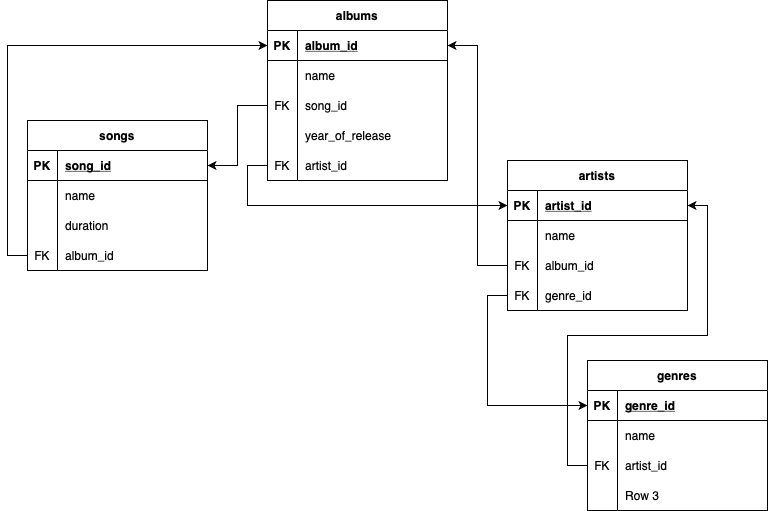
Above: db_hw_1.drawio.png in stgolovin/db_hw_01 (draw.io), before the change. Source tidied: cells renumbered, new cells last; positions are measured from the earlier drawing's top-left corner, leaving out a move shared by most shapes.
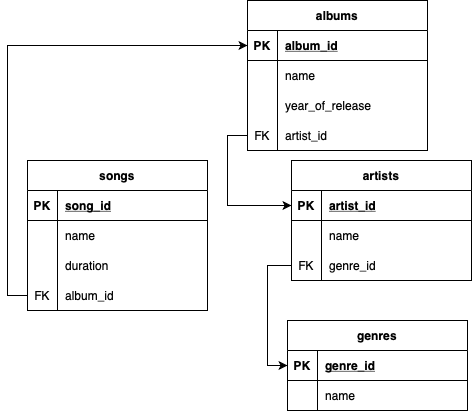
After the commit.

The edit, as a diff of the source:
```diff
@@ -3,7 +3,7 @@
     <mxCell id="0" />
     <mxCell id="1" parent="0" />
     <mxCell id="2" value="artists" style="shape=table;startSize=30;rowLines=0;fontStyle=1;align=center;" parent="1" vertex="1">
-      <mxGeometry x="480" y="160" width="180" height="150" as="geometry" />
+      <mxGeometry x="264" y="200" width="180" height="120" as="geometry" />
     </mxCell>
     <mxCell id="3" style="shape=tableRow;horizontal=0;startSize=0;swimlaneHead=0;swimlaneBody=0;fillColor=none;points=[[0,0.5],[1,0.5]];portConstraint=eastwest;top=0;left=0;right=0;bottom=1;" parent="2" vertex="1">
       <mxGeometry y="30" width="180" height="30" as="geometry" />
@@ -29,20 +29,11 @@
     <mxCell id="10" value="FK" style="shape=partialRectangle;fillColor=none;top=0;left=0;bottom=0;right=0;overflow=hidden;" parent="9" vertex="1">
       <mxGeometry width="30" height="30" as="geometry" />
     </mxCell>
-    <mxCell id="11" value="album_id" style="shape=partialRectangle;fillColor=none;top=0;left=0;bottom=0;right=0;align=left;spacingLeft=6;overflow=hidden;" parent="9" vertex="1">
+    <mxCell id="11" value="genre_id" style="shape=partialRectangle;fillColor=none;top=0;left=0;bottom=0;right=0;align=left;spacingLeft=6;overflow=hidden;" parent="9" vertex="1">
       <mxGeometry x="30" width="150" height="30" as="geometry" />
     </mxCell>
-    <mxCell id="12" style="shape=tableRow;horizontal=0;startSize=0;swimlaneHead=0;swimlaneBody=0;fillColor=none;points=[[0,0.5],[1,0.5]];portConstraint=eastwest;top=0;left=0;right=0;bottom=0;" parent="2" vertex="1">
-      <mxGeometry y="120" width="180" height="30" as="geometry" />
-    </mxCell>
-    <mxCell id="13" value="FK" style="shape=partialRectangle;fillColor=none;top=0;left=0;bottom=0;right=0;overflow=hidden;" parent="12" vertex="1">
-      <mxGeometry width="30" height="30" as="geometry" />
-    </mxCell>
-    <mxCell id="14" value="genre_id" style="shape=partialRectangle;fillColor=none;top=0;left=0;bottom=0;right=0;align=left;spacingLeft=6;overflow=hidden;" parent="12" vertex="1">
-      <mxGeometry x="30" width="150" height="30" as="geometry" />
-    </mxCell>
     <mxCell id="15" value="albums" style="shape=table;startSize=30;rowLines=0;fontStyle=1;align=center;" parent="1" vertex="1">
-      <mxGeometry x="240" width="180" height="180" as="geometry" />
+      <mxGeometry x="220" y="40" width="180" height="150" as="geometry" />
     </mxCell>
     <mxCell id="16" style="shape=tableRow;horizontal=0;startSize=0;swimlaneHead=0;swimlaneBody=0;fillColor=none;points=[[0,0.5],[1,0.5]];portConstraint=eastwest;top=0;left=0;right=0;bottom=1;" parent="15" vertex="1">
       <mxGeometry y="30" width="180" height="30" as="geometry" />
@@ -65,32 +56,23 @@
     <mxCell id="22" style="shape=tableRow;horizontal=0;startSize=0;swimlaneHead=0;swimlaneBody=0;fillColor=none;points=[[0,0.5],[1,0.5]];portConstraint=eastwest;top=0;left=0;right=0;bottom=0;" parent="15" vertex="1">
       <mxGeometry y="90" width="180" height="30" as="geometry" />
     </mxCell>
-    <mxCell id="23" value="FK" style="shape=partialRectangle;fillColor=none;top=0;left=0;bottom=0;right=0;overflow=hidden;" parent="22" vertex="1">
+    <mxCell id="23" style="shape=partialRectangle;fillColor=none;top=0;left=0;bottom=0;right=0;overflow=hidden;" parent="22" vertex="1">
       <mxGeometry width="30" height="30" as="geometry" />
     </mxCell>
-    <mxCell id="24" value="song_id" style="shape=partialRectangle;fillColor=none;top=0;left=0;bottom=0;right=0;align=left;spacingLeft=6;overflow=hidden;" parent="22" vertex="1">
+    <mxCell id="24" value="year_of_release" style="shape=partialRectangle;fillColor=none;top=0;left=0;bottom=0;right=0;align=left;spacingLeft=6;overflow=hidden;" parent="22" vertex="1">
       <mxGeometry x="30" width="150" height="30" as="geometry" />
     </mxCell>
     <mxCell id="25" style="shape=tableRow;horizontal=0;startSize=0;swimlaneHead=0;swimlaneBody=0;fillColor=none;points=[[0,0.5],[1,0.5]];portConstraint=eastwest;top=0;left=0;right=0;bottom=0;" parent="15" vertex="1">
       <mxGeometry y="120" width="180" height="30" as="geometry" />
     </mxCell>
-    <mxCell id="26" style="shape=partialRectangle;fillColor=none;top=0;left=0;bottom=0;right=0;overflow=hidden;" parent="25" vertex="1">
+    <mxCell id="26" value="FK" style="shape=partialRectangle;fillColor=none;top=0;left=0;bottom=0;right=0;overflow=hidden;" parent="25" vertex="1">
       <mxGeometry width="30" height="30" as="geometry" />
     </mxCell>
-    <mxCell id="27" value="year_of_release" style="shape=partialRectangle;fillColor=none;top=0;left=0;bottom=0;right=0;align=left;spacingLeft=6;overflow=hidden;" parent="25" vertex="1">
+    <mxCell id="27" value="artist_id" style="shape=partialRectangle;fillColor=none;top=0;left=0;bottom=0;right=0;align=left;spacingLeft=6;overflow=hidden;" parent="25" vertex="1">
       <mxGeometry x="30" width="150" height="30" as="geometry" />
     </mxCell>
-    <mxCell id="28" style="shape=tableRow;horizontal=0;startSize=0;swimlaneHead=0;swimlaneBody=0;fillColor=none;points=[[0,0.5],[1,0.5]];portConstraint=eastwest;top=0;left=0;right=0;bottom=0;" parent="15" vertex="1">
-      <mxGeometry y="150" width="180" height="30" as="geometry" />
-    </mxCell>
-    <mxCell id="29" value="FK" style="shape=partialRectangle;fillColor=none;top=0;left=0;bottom=0;right=0;overflow=hidden;" parent="28" vertex="1">
-      <mxGeometry width="30" height="30" as="geometry" />
-    </mxCell>
-    <mxCell id="30" value="artist_id" style="shape=partialRectangle;fillColor=none;top=0;left=0;bottom=0;right=0;align=left;spacingLeft=6;overflow=hidden;" parent="28" vertex="1">
-      <mxGeometry x="30" width="150" height="30" as="geometry" />
-    </mxCell>
     <mxCell id="31" value="genres" style="shape=table;startSize=30;rowLines=0;fontStyle=1;align=center;" parent="1" vertex="1">
-      <mxGeometry x="560" y="360" width="180" height="150" as="geometry" />
+      <mxGeometry x="260" y="360" width="180" height="90" as="geometry" />
     </mxCell>
     <mxCell id="32" style="shape=tableRow;horizontal=0;startSize=0;swimlaneHead=0;swimlaneBody=0;fillColor=none;points=[[0,0.5],[1,0.5]];portConstraint=eastwest;top=0;left=0;right=0;bottom=1;" parent="31" vertex="1">
       <mxGeometry y="30" width="180" height="30" as="geometry" />
@@ -110,26 +92,8 @@
     <mxCell id="37" value="name" style="shape=partialRectangle;fillColor=none;top=0;left=0;bottom=0;right=0;align=left;spacingLeft=6;overflow=hidden;" parent="35" vertex="1">
       <mxGeometry x="30" width="150" height="30" as="geometry" />
     </mxCell>
-    <mxCell id="38" style="shape=tableRow;horizontal=0;startSize=0;swimlaneHead=0;swimlaneBody=0;fillColor=none;points=[[0,0.5],[1,0.5]];portConstraint=eastwest;top=0;left=0;right=0;bottom=0;" parent="31" vertex="1">
-      <mxGeometry y="90" width="180" height="30" as="geometry" />
-    </mxCell>
-    <mxCell id="39" value="FK" style="shape=partialRectangle;fillColor=none;top=0;left=0;bottom=0;right=0;overflow=hidden;" parent="38" vertex="1">
-      <mxGeometry width="30" height="30" as="geometry" />
-    </mxCell>
-    <mxCell id="40" value="artist_id" style="shape=partialRectangle;fillColor=none;top=0;left=0;bottom=0;right=0;align=left;spacingLeft=6;overflow=hidden;" parent="38" vertex="1">
-      <mxGeometry x="30" width="150" height="30" as="geometry" />
-    </mxCell>
-    <mxCell id="41" style="shape=tableRow;horizontal=0;startSize=0;swimlaneHead=0;swimlaneBody=0;fillColor=none;top=0;left=0;right=0;bottom=0;" parent="31" vertex="1">
-      <mxGeometry y="120" width="180" height="30" as="geometry" />
-    </mxCell>
-    <mxCell id="42" style="shape=partialRectangle;fillColor=none;top=0;left=0;bottom=0;right=0;overflow=hidden;" parent="41" vertex="1">
-      <mxGeometry width="30" height="30" as="geometry" />
-    </mxCell>
-    <mxCell id="43" value="Row 3" style="shape=partialRectangle;fillColor=none;top=0;left=0;bottom=0;right=0;align=left;spacingLeft=6;overflow=hidden;" parent="41" vertex="1">
-      <mxGeometry x="30" width="150" height="30" as="geometry" />
-    </mxCell>
     <mxCell id="44" value="songs" style="shape=table;startSize=30;rowLines=0;fontStyle=1;align=center;" parent="1" vertex="1">
-      <mxGeometry y="120" width="180" height="150" as="geometry" />
+      <mxGeometry y="200" width="180" height="150" as="geometry" />
     </mxCell>
     <mxCell id="45" style="shape=tableRow;horizontal=0;startSize=0;swimlaneHead=0;swimlaneBody=0;fillColor=none;points=[[0,0.5],[1,0.5]];portConstraint=eastwest;top=0;left=0;right=0;bottom=1;" parent="44" vertex="1">
       <mxGeometry y="30" width="180" height="30" as="geometry" />
@@ -167,19 +131,10 @@
     <mxCell id="56" value="album_id" style="shape=partialRectangle;fillColor=none;top=0;left=0;bottom=0;right=0;align=left;spacingLeft=6;overflow=hidden;" parent="54" vertex="1">
       <mxGeometry x="30" width="150" height="30" as="geometry" />
     </mxCell>
-    <mxCell id="57" style="edgeStyle=orthogonalEdgeStyle;rounded=0;jettySize=auto;html=1;exitX=0;exitY=0.5;exitDx=0;exitDy=0;entryX=1;entryY=0.5;entryDx=0;entryDy=0;" parent="1" edge="1" source="38" target="3">
-      <mxGeometry relative="1" as="geometry" />
-    </mxCell>
-    <mxCell id="58" style="edgeStyle=orthogonalEdgeStyle;rounded=0;jettySize=auto;html=1;entryX=1;entryY=0.5;entryDx=0;entryDy=0;" parent="1" edge="1" source="9" target="16">
-      <mxGeometry relative="1" as="geometry" />
-    </mxCell>
-    <mxCell id="59" style="edgeStyle=orthogonalEdgeStyle;rounded=0;jettySize=auto;html=1;entryX=1;entryY=0.5;entryDx=0;entryDy=0;" parent="1" edge="1" source="22" target="45">
-      <mxGeometry relative="1" as="geometry" />
-    </mxCell>
-    <mxCell id="60" style="edgeStyle=orthogonalEdgeStyle;rounded=0;jettySize=auto;html=1;exitX=0;exitY=0.5;exitDx=0;exitDy=0;entryX=0;entryY=0.5;entryDx=0;entryDy=0;" parent="1" edge="1" source="12" target="32">
+    <mxCell id="60" style="edgeStyle=orthogonalEdgeStyle;rounded=0;jettySize=auto;html=1;exitX=0;exitY=0.5;exitDx=0;exitDy=0;entryX=0;entryY=0.5;entryDx=0;entryDy=0;" parent="1" edge="1" source="9" target="32">
       <mxGeometry relative="1" as="geometry" />
     </mxCell>
-    <mxCell id="61" style="edgeStyle=orthogonalEdgeStyle;rounded=0;jettySize=auto;html=1;exitX=0;exitY=0.5;exitDx=0;exitDy=0;entryX=0;entryY=0.5;entryDx=0;entryDy=0;" parent="1" edge="1" source="28" target="3">
+    <mxCell id="61" style="edgeStyle=orthogonalEdgeStyle;rounded=0;jettySize=auto;html=1;exitX=0;exitY=0.5;exitDx=0;exitDy=0;entryX=0;entryY=0.5;entryDx=0;entryDy=0;" parent="1" edge="1" source="25" target="3">
       <mxGeometry relative="1" as="geometry" />
     </mxCell>
     <mxCell id="62" style="edgeStyle=orthogonalEdgeStyle;rounded=0;jettySize=auto;html=1;exitX=0;exitY=0.5;exitDx=0;exitDy=0;entryX=0;entryY=0.5;entryDx=0;entryDy=0;" parent="1" edge="1" source="54" target="16">
```
